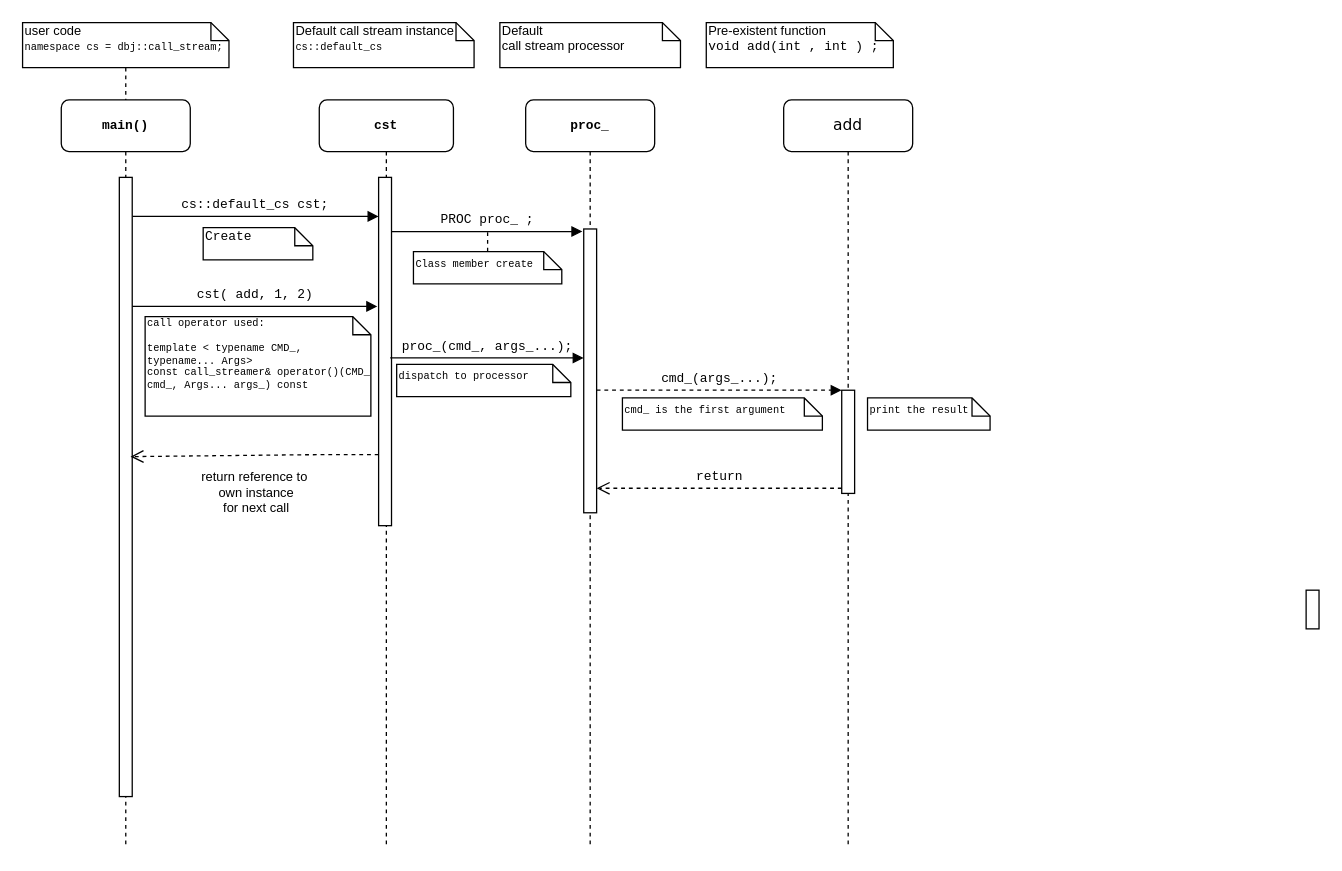
Earlier version of the draw.io diagram diagrams/metacall sequence 01.drawio (DBJDBJ/metacall). Source tidied: cells renumbered, new cells numbered last; positions are measured from the earlier drawing's top-left corner, leaving out a move shared by most shapes. Both pictures are drawn from the tidied source at 129%, with x=0, y=0 at pixel (22, 22).
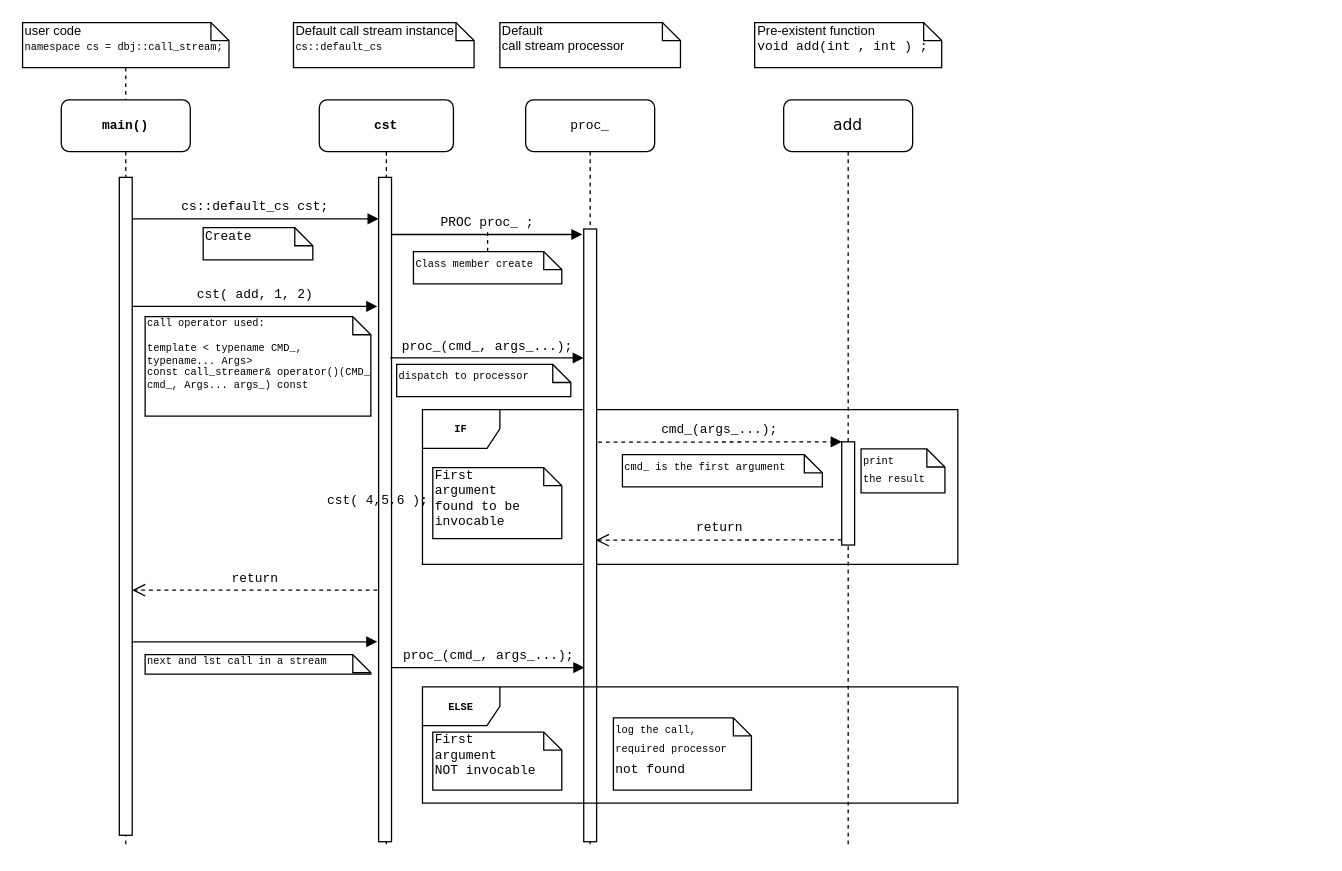
Above is the later version.

Unchanged cells that the change refers to:
```xml
<mxCell id="2" value="&lt;font style=&quot;font-size: 10px&quot;&gt;cst&lt;/font&gt;" style="shape=umlLifeline;perimeter=lifelinePerimeter;whiteSpace=wrap;html=1;rounded=1;shadow=0;comic=0;labelBackgroundColor=none;strokeColor=#000000;strokeWidth=1;fillColor=#FFFFFF;fontFamily=Courier New;fontSize=12;fontColor=#000000;align=center;fontStyle=1;" parent="1" vertex="1">
  <mxGeometry x="230" y="60" width="104" height="580" as="geometry" />
</mxCell>
<mxCell id="6" value="add" style="shape=umlLifeline;perimeter=lifelinePerimeter;whiteSpace=wrap;html=1;rounded=1;shadow=0;comic=0;labelBackgroundColor=none;strokeColor=#000000;strokeWidth=1;fillColor=#FFFFFF;fontFamily=Verdana;fontSize=12;fontColor=#000000;align=center;" parent="1" vertex="1">
  <mxGeometry x="590" y="60" width="100" height="580" as="geometry" />
</mxCell>
<mxCell id="8" value="main()" style="shape=umlLifeline;perimeter=lifelinePerimeter;whiteSpace=wrap;html=1;outlineConnect=0;rounded=1;shadow=0;comic=0;labelBackgroundColor=none;strokeColor=#000000;strokeWidth=1;fillColor=#FFFFFF;fontFamily=Courier New;fontSize=10;fontColor=#000000;align=center;fontStyle=1;" parent="1" vertex="1">
  <mxGeometry x="30" y="60" width="100" height="580" as="geometry" />
</mxCell>
```

What changed in the source:
```diff
@@
     <mxCell id="3" style="html=1;points=[];perimeter=orthogonalPerimeter;rounded=0;shadow=0;comic=0;labelBackgroundColor=none;strokeColor=#000000;strokeWidth=1;fillColor=#FFFFFF;fontFamily=Verdana;fontSize=12;fontColor=#000000;align=center;" parent="2" vertex="1">
-      <mxGeometry x="46" y="60" width="10" height="270" as="geometry" />
+      <mxGeometry x="46" y="60" width="10" height="515" as="geometry" />
     </mxCell>
-    <mxCell id="4" value="&lt;font style=&quot;font-size: 10px&quot;&gt;proc_&lt;/font&gt;" style="shape=umlLifeline;perimeter=lifelinePerimeter;whiteSpace=wrap;html=1;rounded=1;shadow=0;comic=0;labelBackgroundColor=none;strokeColor=#000000;strokeWidth=1;fillColor=#FFFFFF;fontFamily=Courier New;fontSize=12;fontColor=#000000;align=center;fontStyle=1;" parent="1" vertex="1">
+    <mxCell id="4" value="&lt;font style=&quot;font-size: 10px&quot;&gt;proc_&lt;/font&gt;" style="shape=umlLifeline;perimeter=lifelinePerimeter;whiteSpace=wrap;html=1;rounded=1;shadow=0;comic=0;labelBackgroundColor=none;strokeColor=#000000;strokeWidth=1;fillColor=#FFFFFF;fontFamily=Courier New;fontSize=12;fontColor=#000000;align=center;fontStyle=0;" parent="1" vertex="1">
       <mxGeometry x="390" y="60" width="100" height="580" as="geometry" />
     </mxCell>
+    <mxCell id="31" value="IF" style="shape=umlFrame;whiteSpace=wrap;html=1;fontFamily=Courier New;fontSize=8;fontStyle=1;" parent="4" vertex="1">
+      <mxGeometry x="-80" y="240" width="415" height="120" as="geometry" />
+    </mxCell>
     <mxCell id="5" style="html=1;points=[];perimeter=orthogonalPerimeter;rounded=0;shadow=0;comic=0;labelBackgroundColor=none;strokeColor=#000000;strokeWidth=1;fillColor=#FFFFFF;fontFamily=Verdana;fontSize=12;fontColor=#000000;align=center;" parent="4" vertex="1">
-      <mxGeometry x="45" y="100" width="10" height="220" as="geometry" />
+      <mxGeometry x="45" y="100" width="10" height="475" as="geometry" />
     </mxCell>
+    <mxCell id="32" value="First &lt;br&gt;argument&amp;nbsp;&lt;br&gt;found to be&amp;nbsp;&lt;br&gt;invocable&lt;br&gt;" style="shape=note;whiteSpace=wrap;html=1;size=14;verticalAlign=top;align=left;spacingTop=-6;fontFamily=Courier New;fontSize=10;" parent="4" vertex="1">
+      <mxGeometry x="-72" y="285" width="100" height="55" as="geometry" />
+    </mxCell>
@@
     <mxCell id="7" style="html=1;points=[];perimeter=orthogonalPerimeter;fontFamily=Helvetica;fontSize=10;" parent="6" vertex="1">
-      <mxGeometry x="45" y="225" width="10" height="80" as="geometry" />
+      <mxGeometry x="45" y="265" width="10" height="80" as="geometry" />
     </mxCell>
@@
     <mxCell id="9" style="html=1;points=[];perimeter=orthogonalPerimeter;rounded=0;shadow=0;comic=0;labelBackgroundColor=none;strokeColor=#000000;strokeWidth=1;fillColor=#FFFFFF;fontFamily=Verdana;fontSize=12;fontColor=#000000;align=center;" parent="8" vertex="1">
-      <mxGeometry x="45" y="60" width="10" height="480" as="geometry" />
+      <mxGeometry x="45" y="60" width="10" height="510" as="geometry" />
     </mxCell>
@@
-    <mxCell id="11" style="html=1;perimeter=orthogonalPerimeter;rounded=0;shadow=0;comic=0;labelBackgroundColor=none;strokeColor=#000000;strokeWidth=1;fillColor=#FFFFFF;fontFamily=Verdana;fontSize=12;fontColor=#000000;align=center;" parent="1" vertex="1">
-      <mxGeometry x="995" y="440" width="10" height="30" as="geometry" />
-    </mxCell>
@@
     <mxCell id="18" value="Pre-existent function&lt;br&gt;&lt;font face=&quot;Courier New&quot;&gt;void add(int , int ) ;&lt;/font&gt;&lt;br&gt;" style="shape=note;whiteSpace=wrap;html=1;size=14;verticalAlign=top;align=left;spacingTop=-6;rounded=0;shadow=0;comic=0;labelBackgroundColor=none;strokeColor=#000000;strokeWidth=1;fillColor=#FFFFFF;fontFamily=Helvetica;fontSize=10;fontColor=#000000;" parent="1" vertex="1">
-      <mxGeometry x="530" width="145" height="35" as="geometry" />
+      <mxGeometry x="567.5" width="145" height="35" as="geometry" />
     </mxCell>
-    <mxCell id="19" value="return reference to&amp;nbsp;&lt;br style=&quot;font-size: 10px;&quot;&gt;own instance&lt;br style=&quot;font-size: 10px;&quot;&gt;for next call&lt;br style=&quot;font-size: 10px;&quot;&gt;" style="html=1;verticalAlign=bottom;endArrow=open;dashed=1;endSize=8;entryX=0.867;entryY=0.451;entryDx=0;entryDy=0;entryPerimeter=0;fontFamily=Helvetica;fontSize=10;" parent="1" edge="1" source="3" target="9">
-      <mxGeometry y="50" relative="1" as="geometry">
-        <Array as="points">
-          <mxPoint x="220" y="335" />
-        </Array>
-      </mxGeometry>
-    </mxCell>
@@
-    <mxCell id="26" value="&lt;font face=&quot;Courier New&quot;&gt;cmd_(args_...);&lt;/font&gt;" style="html=1;verticalAlign=bottom;endArrow=block;entryX=0;entryY=0;dashed=1;fontFamily=Helvetica;fontSize=10;" parent="1" edge="1" target="7">
-      <mxGeometry relative="1" as="geometry">
-        <mxPoint x="445" y="285" as="sourcePoint" />
-      </mxGeometry>
+    <mxCell id="26" value="&lt;font face=&quot;Courier New&quot;&gt;cmd_(args_...);&lt;/font&gt;" style="html=1;verticalAlign=bottom;endArrow=block;entryX=0;entryY=0;dashed=1;fontFamily=Helvetica;fontSize=10;exitX=1.114;exitY=0.348;exitDx=0;exitDy=0;exitPerimeter=0;" parent="1" edge="1" source="5" target="7">
+      <mxGeometry relative="1" as="geometry" />
     </mxCell>
-    <mxCell id="27" value="return" style="html=1;verticalAlign=bottom;endArrow=open;dashed=1;endSize=8;exitX=0;exitY=0.95;fontFamily=Courier New;fontSize=10;" parent="1" edge="1" source="7">
-      <mxGeometry relative="1" as="geometry">
-        <mxPoint x="445" y="361" as="targetPoint" />
-      </mxGeometry>
+    <mxCell id="27" value="return" style="html=1;verticalAlign=bottom;endArrow=open;dashed=1;endSize=8;exitX=0;exitY=0.95;fontFamily=Courier New;fontSize=10;entryX=0.324;entryY=0.844;entryDx=0;entryDy=0;entryPerimeter=0;" parent="1" edge="1" source="7" target="31">
+      <mxGeometry relative="1" as="geometry" />
     </mxCell>
     <mxCell id="28" value="&lt;font style=&quot;font-size: 8px&quot; face=&quot;Courier New&quot;&gt;cmd_ is the first argument&lt;/font&gt;&lt;br&gt;" style="shape=note;whiteSpace=wrap;html=1;size=14;verticalAlign=top;align=left;spacingTop=-6;" parent="1" vertex="1">
-      <mxGeometry x="465" y="291" width="155" height="25" as="geometry" />
+      <mxGeometry x="465" y="335" width="155" height="25" as="geometry" />
     </mxCell>
-    <mxCell id="29" value="&lt;font style=&quot;font-size: 8px&quot; face=&quot;Courier New&quot;&gt;print the result&lt;/font&gt;&lt;br&gt;" style="shape=note;whiteSpace=wrap;html=1;size=14;verticalAlign=top;align=left;spacingTop=-6;" parent="1" vertex="1">
-      <mxGeometry x="655" y="291" width="95" height="25" as="geometry" />
+    <mxCell id="29" value="&lt;font style=&quot;font-size: 8px&quot; face=&quot;Courier New&quot;&gt;print &lt;br&gt;the result&lt;/font&gt;&lt;br&gt;" style="shape=note;whiteSpace=wrap;html=1;size=14;verticalAlign=top;align=left;spacingTop=-6;" parent="1" vertex="1">
+      <mxGeometry x="650" y="330.5" width="65" height="34" as="geometry" />
     </mxCell>
@@
+    <mxCell id="33" value="return" style="html=1;verticalAlign=bottom;endArrow=open;dashed=1;endSize=8;fontFamily=Courier New;fontSize=10;" parent="1" edge="1" target="9">
+      <mxGeometry relative="1" as="geometry">
+        <mxPoint x="275" y="440" as="sourcePoint" />
+      </mxGeometry>
+    </mxCell>
+    <mxCell id="34" value="&lt;font face=&quot;Courier New&quot;&gt;cst( 4,5,6 );&lt;/font&gt;&lt;br&gt;" style="html=1;verticalAlign=bottom;endArrow=block;labelBackgroundColor=none;fontFamily=Helvetica;fontSize=10;edgeStyle=elbowEdgeStyle;elbow=vertical;" parent="1" edge="1">
+      <mxGeometry x="1" y="100" relative="1" as="geometry">
+        <mxPoint x="85" y="480.1" as="sourcePoint" />
+        <mxPoint x="275" y="480" as="targetPoint" />
+      </mxGeometry>
+    </mxCell>
+    <mxCell id="35" value="&lt;font face=&quot;Courier New&quot;&gt;next and lst call in a stream&lt;/font&gt;&lt;br&gt;" style="shape=note;whiteSpace=wrap;html=1;size=14;verticalAlign=top;align=left;spacingTop=-6;fontStyle=0;fontSize=8;" parent="1" vertex="1">
+      <mxGeometry x="95" y="490" width="175" height="15" as="geometry" />
+    </mxCell>
+    <mxCell id="36" value="&lt;font face=&quot;Courier New&quot;&gt;proc_(cmd_, args_...);&lt;/font&gt;" style="html=1;verticalAlign=bottom;endArrow=block;labelBackgroundColor=none;fontFamily=Helvetica;fontSize=10;edgeStyle=elbowEdgeStyle;elbow=vertical;" parent="1" edge="1">
+      <mxGeometry relative="1" as="geometry">
+        <mxPoint x="285.5" y="500" as="sourcePoint" />
+        <mxPoint x="435.5" y="500.1" as="targetPoint" />
+      </mxGeometry>
+    </mxCell>
+    <mxCell id="37" value="ELSE" style="shape=umlFrame;whiteSpace=wrap;html=1;fontFamily=Courier New;fontSize=8;fontStyle=1;" parent="1" vertex="1">
+      <mxGeometry x="310" y="515" width="415" height="90" as="geometry" />
+    </mxCell>
+    <mxCell id="38" value="First &lt;br&gt;argument&amp;nbsp;&lt;br&gt;NOT invocable&lt;br&gt;" style="shape=note;whiteSpace=wrap;html=1;size=14;verticalAlign=top;align=left;spacingTop=-6;fontFamily=Courier New;fontSize=10;" parent="1" vertex="1">
+      <mxGeometry x="318" y="550" width="100" height="45" as="geometry" />
+    </mxCell>
+    <mxCell id="39" value="&lt;font face=&quot;Courier New&quot;&gt;&lt;span style=&quot;font-size: 8px&quot;&gt;log the call, required processor&lt;br&gt;&lt;/span&gt;&lt;font style=&quot;font-size: 10px&quot;&gt;not found&lt;/font&gt;&lt;/font&gt;&lt;br&gt;" style="shape=note;whiteSpace=wrap;html=1;size=14;verticalAlign=top;align=left;spacingTop=-6;" parent="1" vertex="1">
+      <mxGeometry x="458" y="539" width="107" height="56" as="geometry" />
+    </mxCell>
```
